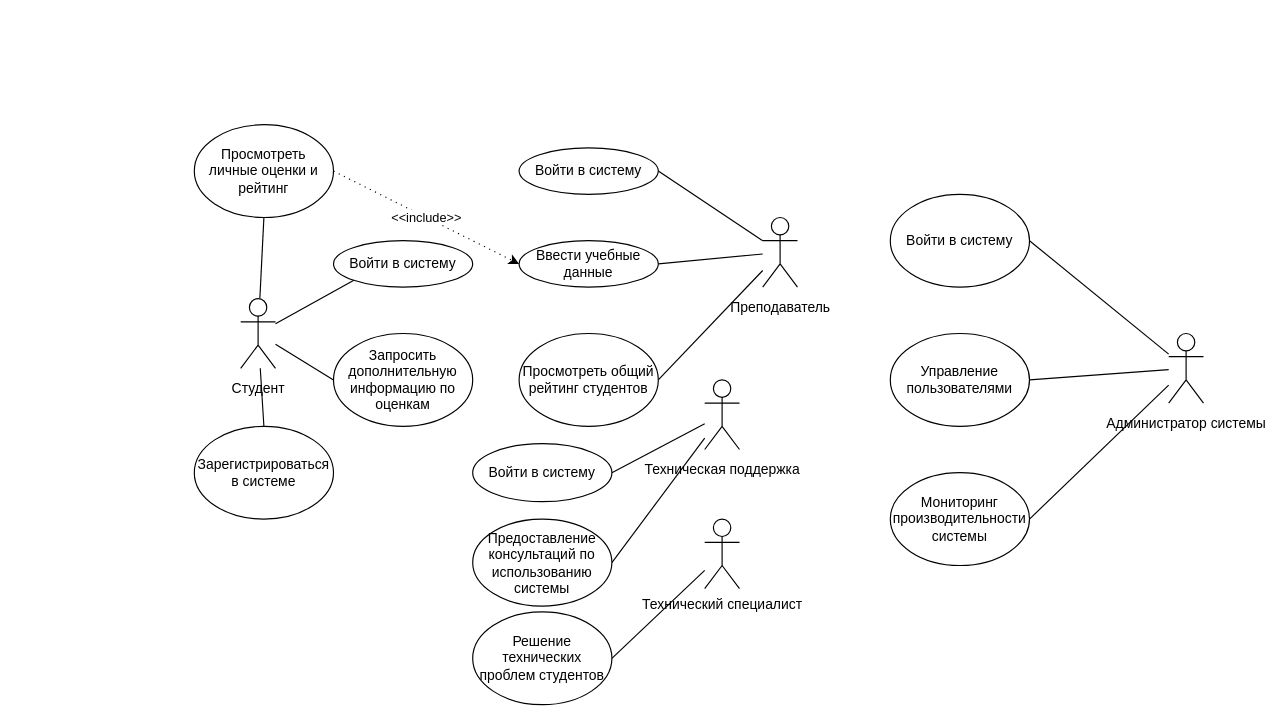
Earlier version of the draw.io diagram 6th_sms_pis_secondPr_englishlearning_app.drawio (mati-tech/draw.io). Source tidied: cells renumbered, new cells numbered last; positions are measured from the earlier drawing's top-left corner, leaving out a move shared by most shapes. Both pictures are drawn from the tidied source at 116%, with x=0, y=0 at pixel (194, 124).
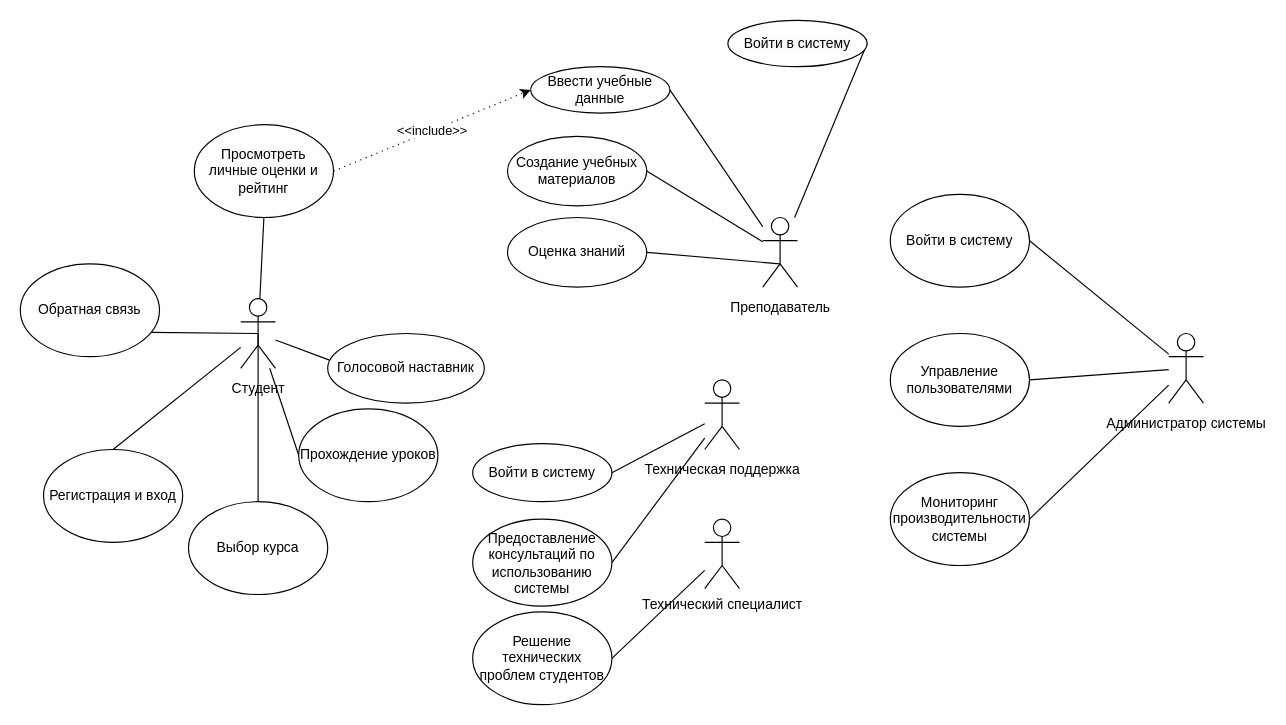
After the change.

The change refers to these unchanged cells:
```xml
<mxCell id="19" value="Студент&lt;span style=&quot;font-size: medium; text-align: start;&quot;&gt;&lt;/span&gt;" style="shape=umlActor;verticalLabelPosition=bottom;verticalAlign=top;html=1;outlineConnect=0;" parent="1" vertex="1">
  <mxGeometry x="40" y="150" width="30" height="60" as="geometry" />
</mxCell>
```

Change to the diagram source:
```diff
@@
-    <mxCell id="17" style="rounded=0;jettySize=auto;html=1;entryX=0;entryY=1;entryDx=0;entryDy=0;endArrow=none;endFill=0;" parent="1" edge="1" source="19" target="20">
+    <mxCell id="17" style="rounded=0;jettySize=auto;html=1;entryX=0.033;entryY=0.401;entryDx=0;entryDy=0;endArrow=none;endFill=0;entryPerimeter=0;" parent="1" edge="1" source="19" target="20">
       <mxGeometry relative="1" as="geometry" />
     </mxCell>
@@
-    <mxCell id="20" value="Войти в систему" style="ellipse;whiteSpace=wrap;html=1;" parent="1" vertex="1">
-      <mxGeometry x="120" y="100" width="120" height="40" as="geometry" />
+    <mxCell id="20" value="Голосовой наставник" style="ellipse;whiteSpace=wrap;html=1;" parent="1" vertex="1">
+      <mxGeometry x="115" y="180" width="135" height="60" as="geometry" />
     </mxCell>
@@
-    <mxCell id="22" value="Запросить дополнительную информацию по оценкам" style="ellipse;whiteSpace=wrap;html=1;" parent="1" vertex="1">
-      <mxGeometry x="120" y="180" width="120" height="80" as="geometry" />
+    <mxCell id="22" value="Прохождение уроков" style="ellipse;whiteSpace=wrap;html=1;" parent="1" vertex="1">
+      <mxGeometry x="90" y="245" width="120" height="80" as="geometry" />
     </mxCell>
-    <mxCell id="23" value="Зарегистрироваться в системе" style="ellipse;whiteSpace=wrap;html=1;" parent="1" vertex="1">
-      <mxGeometry y="260" width="120" height="80" as="geometry" />
+    <mxCell id="23" value="Регистрация и вход" style="ellipse;whiteSpace=wrap;html=1;" parent="1" vertex="1">
+      <mxGeometry x="-130" y="280" width="120" height="80" as="geometry" />
     </mxCell>
     <mxCell id="24" value="&lt;span style=&quot;color: rgb(0, 0, 0); font-family: Helvetica; font-size: 12px; font-style: normal; font-variant-ligatures: normal; font-variant-caps: normal; font-weight: 400; letter-spacing: normal; orphans: 2; text-align: left; text-indent: 0px; text-transform: none; widows: 2; word-spacing: 0px; -webkit-text-stroke-width: 0px; background-color: rgb(251, 251, 251); text-decoration-thickness: initial; text-decoration-style: initial; text-decoration-color: initial; float: none; display: inline !important;&quot;&gt;Войти в систему&lt;/span&gt;" style="ellipse;whiteSpace=wrap;html=1;" parent="1" vertex="1">
-      <mxGeometry x="280" y="20" width="120" height="40" as="geometry" />
+      <mxGeometry x="460" y="-90" width="120" height="40" as="geometry" />
     </mxCell>
     <mxCell id="25" value="Ввести учебные данные" style="ellipse;whiteSpace=wrap;html=1;" parent="1" vertex="1">
-      <mxGeometry x="280" y="100" width="120" height="40" as="geometry" />
+      <mxGeometry x="290" y="-50" width="120" height="40" as="geometry" />
     </mxCell>
-    <mxCell id="26" value="Просмотреть общий рейтинг студентов" style="ellipse;whiteSpace=wrap;html=1;" parent="1" vertex="1">
-      <mxGeometry x="280" y="180" width="120" height="80" as="geometry" />
+    <mxCell id="26" value="Создание учебных материалов" style="ellipse;whiteSpace=wrap;html=1;" parent="1" vertex="1">
+      <mxGeometry x="270" y="10" width="120" height="60" as="geometry" />
     </mxCell>
@@
+    <mxCell id="34" style="rounded=0;jettySize=auto;html=1;entryX=0.5;entryY=0;entryDx=0;entryDy=0;endArrow=none;endFill=0;exitX=0.5;exitY=0.5;exitDx=0;exitDy=0;exitPerimeter=0;" parent="1" edge="1" source="19" target="35">
+      <mxGeometry relative="1" as="geometry" />
+    </mxCell>
+    <mxCell id="35" value="Выбор курса" style="ellipse;whiteSpace=wrap;html=1;" parent="1" vertex="1">
+      <mxGeometry x="-5" y="325" width="120" height="80" as="geometry" />
+    </mxCell>
+    <mxCell id="36" style="rounded=0;jettySize=auto;html=1;entryX=1;entryY=0.5;entryDx=0;entryDy=0;endArrow=none;endFill=0;exitX=0.5;exitY=0.5;exitDx=0;exitDy=0;exitPerimeter=0;" parent="1" edge="1" target="37">
+      <mxGeometry relative="1" as="geometry">
+        <mxPoint x="505" y="120" as="sourcePoint" />
+      </mxGeometry>
+    </mxCell>
+    <mxCell id="37" value="Оценка знаний" style="ellipse;whiteSpace=wrap;html=1;" parent="1" vertex="1">
+      <mxGeometry x="270" y="80" width="120" height="60" as="geometry" />
+    </mxCell>
+    <mxCell id="38" style="rounded=0;jettySize=auto;html=1;entryX=0.938;entryY=0.738;entryDx=0;entryDy=0;endArrow=none;endFill=0;exitX=0.5;exitY=0.5;exitDx=0;exitDy=0;exitPerimeter=0;entryPerimeter=0;" parent="1" edge="1" source="19" target="39">
+      <mxGeometry relative="1" as="geometry" />
+    </mxCell>
+    <mxCell id="39" value="Обратная связь" style="ellipse;whiteSpace=wrap;html=1;" parent="1" vertex="1">
+      <mxGeometry x="-150" y="120" width="120" height="80" as="geometry" />
+    </mxCell>
```
